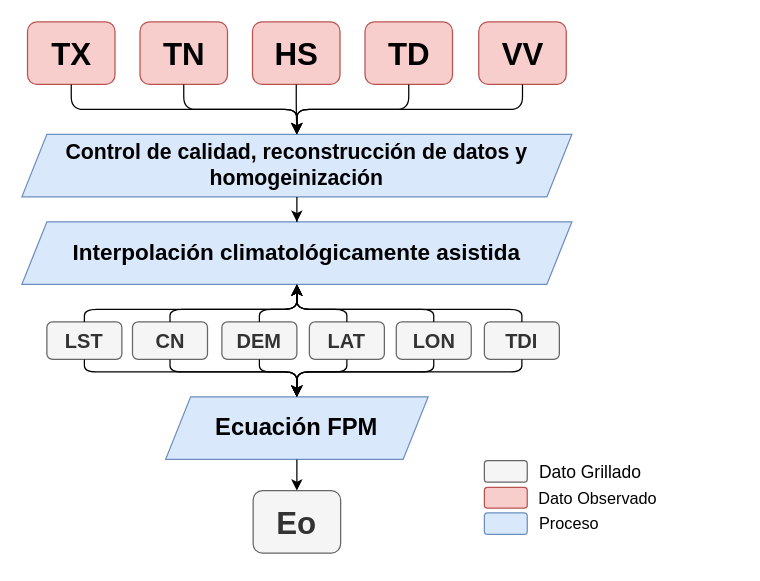
This is Eo_diagram_FT_v2.drawio from adrHuerta/diagrams, a draw.io file, before an edit. Source tidied: cells renumbered, new cells numbered last; positions are measured from the earlier drawing's top-left corner, leaving out a move shared by most shapes. Both pictures are drawn from the tidied source at 125%, with x=0, y=0 at pixel (21, 21).
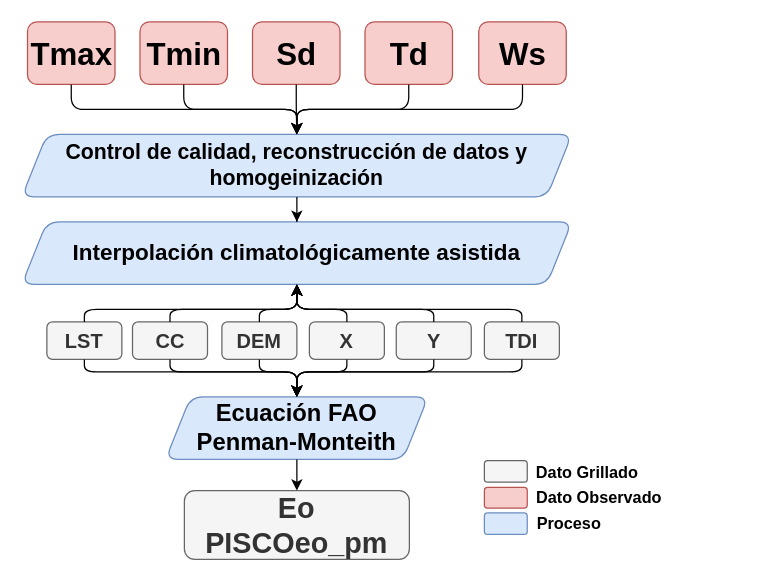
The same diagram, later.

Commit message:
paper FT PISCOeo_pm v1.0

The change refers to these unchanged cells:
```xml
<mxCell id="28" value="&lt;font style=&quot;font-size: 16px&quot;&gt;LST&lt;/font&gt;" style="rounded=1;whiteSpace=wrap;html=1;fontSize=16;fontStyle=1;fillColor=#f5f5f5;strokeColor=#666666;fontColor=#333333;" parent="27" vertex="1">
  <mxGeometry width="60" height="30" as="geometry" />
</mxCell>
<mxCell id="30" value="&lt;font style=&quot;font-size: 16px&quot;&gt;DEM&lt;/font&gt;" style="rounded=1;whiteSpace=wrap;html=1;fontSize=16;fontStyle=1;fillColor=#f5f5f5;strokeColor=#666666;fontColor=#333333;" parent="27" vertex="1">
  <mxGeometry x="140" width="60" height="30" as="geometry" />
</mxCell>
<mxCell id="33" value="&lt;span style=&quot;font-size: 16px&quot;&gt;TDI&lt;/span&gt;" style="rounded=1;whiteSpace=wrap;html=1;fontSize=16;fontStyle=1;fillColor=#f5f5f5;strokeColor=#666666;fontColor=#333333;" parent="27" vertex="1">
  <mxGeometry x="350" width="60" height="30" as="geometry" />
</mxCell>
```

What changed in the source:
```diff
@@
-    <mxCell id="2" style="group;" parent="1" vertex="1">
+    <mxCell id="2" style="group;fontStyle=1;" parent="1" vertex="1">
       <mxGeometry width="573.5" height="430.5" as="geometry" />
     </mxCell>
+    <mxCell id="19" style="group;fontSize=10;" parent="2" vertex="1">
+      <mxGeometry x="400" y="320" width="173.5" height="110.5" as="geometry" />
+    </mxCell>
+    <mxCell id="20" style="group;fontSize=9;" parent="19" vertex="1">
+      <mxGeometry x="-30" y="31" width="150" height="59" as="geometry" />
+    </mxCell>
+    <mxCell id="21" style="rounded=1;whiteSpace=wrap;html=1;fontSize=16;fontStyle=1;fillColor=#f8cecc;strokeColor=#b85450;" parent="20" vertex="1">
+      <mxGeometry y="21.3" width="34.3" height="16.7" as="geometry" />
+    </mxCell>
+    <mxCell id="22" style="rounded=1;whiteSpace=wrap;html=1;fontSize=16;fontStyle=1;fillColor=#dae8fc;strokeColor=#6c8ebf;" parent="20" vertex="1">
+      <mxGeometry y="41.8" width="34.3" height="17.2" as="geometry" />
+    </mxCell>
+    <mxCell id="23" value="&lt;b style=&quot;font-size: 13px;&quot;&gt;Dato Grillado&lt;/b&gt;" style="text;html=1;strokeColor=none;fillColor=none;align=center;verticalAlign=middle;whiteSpace=wrap;rounded=0;fontSize=13;" parent="20" vertex="1">
+      <mxGeometry x="25" y="1" width="115" height="16.7" as="geometry" />
+    </mxCell>
+    <mxCell id="24" value="Dato Observado" style="text;html=1;strokeColor=none;fillColor=none;align=center;verticalAlign=middle;whiteSpace=wrap;rounded=0;fontSize=13;fontStyle=1;" parent="20" vertex="1">
+      <mxGeometry x="36.6" y="21" width="110" height="16.7" as="geometry" />
+    </mxCell>
+    <mxCell id="25" value="Proceso&amp;nbsp; &amp;nbsp; &amp;nbsp; &amp;nbsp; &amp;nbsp; &amp;nbsp; &amp;nbsp;" style="text;html=1;strokeColor=none;fillColor=none;align=center;verticalAlign=middle;whiteSpace=wrap;rounded=0;fontSize=13;fontStyle=1;" parent="20" vertex="1">
+      <mxGeometry x="41" y="41.8" width="101.3" height="16.7" as="geometry" />
+    </mxCell>
+    <mxCell id="26" style="rounded=1;whiteSpace=wrap;html=1;fontSize=16;fontStyle=1;fillColor=#f5f5f5;strokeColor=#666666;fontColor=#333333;" parent="20" vertex="1">
+      <mxGeometry width="34.3" height="17.2" as="geometry" />
+    </mxCell>
+    <mxCell id="46" style="group;" parent="2" vertex="1">
+      <mxGeometry width="440" height="430" as="geometry" />
+    </mxCell>
-    <mxCell id="3" value="&lt;font style=&quot;font-size: 25px&quot;&gt;TX&lt;/font&gt;" style="rounded=1;whiteSpace=wrap;html=1;fontSize=17;fontStyle=1;fillColor=#f8cecc;strokeColor=#b85450;" parent="2" vertex="1">
+    <mxCell id="3" value="&lt;font style=&quot;font-size: 25px&quot;&gt;Tmax&lt;/font&gt;" style="rounded=1;whiteSpace=wrap;html=1;fontSize=17;fontStyle=1;fillColor=#f8cecc;strokeColor=#b85450;" parent="46" vertex="1">
       <mxGeometry x="4.5" width="70" height="50" as="geometry" />
     </mxCell>
-    <mxCell id="4" value="&lt;font style=&quot;font-size: 25px&quot;&gt;TN&lt;/font&gt;" style="rounded=1;whiteSpace=wrap;html=1;fontSize=17;fontStyle=1;fillColor=#f8cecc;strokeColor=#b85450;" parent="2" vertex="1">
+    <mxCell id="4" value="&lt;font style=&quot;font-size: 25px&quot;&gt;Tmin&lt;/font&gt;" style="rounded=1;whiteSpace=wrap;html=1;fontSize=17;fontStyle=1;fillColor=#f8cecc;strokeColor=#b85450;" parent="46" vertex="1">
       <mxGeometry x="94.5" width="70" height="50" as="geometry" />
     </mxCell>
-    <mxCell id="5" value="&lt;font style=&quot;font-size: 25px&quot;&gt;HS&lt;/font&gt;" style="rounded=1;whiteSpace=wrap;html=1;fontSize=17;fontStyle=1;fillColor=#f8cecc;strokeColor=#b85450;" parent="2" vertex="1">
+    <mxCell id="5" value="&lt;font style=&quot;font-size: 25px&quot;&gt;Sd&lt;/font&gt;" style="rounded=1;whiteSpace=wrap;html=1;fontSize=17;fontStyle=1;fillColor=#f8cecc;strokeColor=#b85450;" parent="46" vertex="1">
       <mxGeometry x="184.5" width="70" height="50" as="geometry" />
     </mxCell>
-    <mxCell id="6" value="&lt;font style=&quot;font-size: 25px&quot;&gt;TD&lt;/font&gt;" style="rounded=1;whiteSpace=wrap;html=1;fontSize=17;fontStyle=1;fillColor=#f8cecc;strokeColor=#b85450;" parent="2" vertex="1">
+    <mxCell id="6" value="&lt;font style=&quot;font-size: 25px&quot;&gt;Td&lt;/font&gt;" style="rounded=1;whiteSpace=wrap;html=1;fontSize=17;fontStyle=1;fillColor=#f8cecc;strokeColor=#b85450;" parent="46" vertex="1">
       <mxGeometry x="274.5" width="70" height="50" as="geometry" />
     </mxCell>
-    <mxCell id="7" value="&lt;font style=&quot;font-size: 25px&quot;&gt;VV&lt;/font&gt;" style="rounded=1;whiteSpace=wrap;html=1;fontSize=17;fontStyle=1;fillColor=#f8cecc;strokeColor=#b85450;" parent="2" vertex="1">
+    <mxCell id="7" value="&lt;font style=&quot;font-size: 25px&quot;&gt;Ws&lt;/font&gt;" style="rounded=1;whiteSpace=wrap;html=1;fontSize=17;fontStyle=1;fillColor=#f8cecc;strokeColor=#b85450;" parent="46" vertex="1">
       <mxGeometry x="365.5" width="70" height="50" as="geometry" />
     </mxCell>
-    <mxCell id="8" value="Control de calidad, reconstrucción de datos y homogeinización" style="shape=parallelogram;perimeter=parallelogramPerimeter;whiteSpace=wrap;html=1;fixedSize=1;fontSize=17;fontStyle=1;fillColor=#dae8fc;strokeColor=#6c8ebf;" parent="2" vertex="1">
+    <mxCell id="8" value="Control de calidad, reconstrucción de datos y homogeinización" style="shape=parallelogram;perimeter=parallelogramPerimeter;whiteSpace=wrap;html=1;fixedSize=1;fontSize=17;fontStyle=1;fillColor=#dae8fc;strokeColor=#6c8ebf;rounded=1;" parent="46" vertex="1">
       <mxGeometry y="90" width="440" height="50" as="geometry" />
     </mxCell>
-    <mxCell id="9" style="edgeStyle=orthogonalEdgeStyle;rounded=1;jettySize=auto;html=1;entryX=0.5;entryY=0;entryDx=0;entryDy=0;fontSize=16;startArrow=none;startFill=0;" parent="2" edge="1" source="3" target="8">
+    <mxCell id="9" style="edgeStyle=orthogonalEdgeStyle;rounded=1;jettySize=auto;html=1;entryX=0.5;entryY=0;entryDx=0;entryDy=0;fontSize=16;startArrow=none;startFill=0;" parent="46" edge="1" source="3" target="8">
       <mxGeometry relative="1" as="geometry" />
     </mxCell>
-    <mxCell id="10" style="edgeStyle=orthogonalEdgeStyle;rounded=1;jettySize=auto;html=1;entryX=0.5;entryY=0;entryDx=0;entryDy=0;fontSize=16;startArrow=none;startFill=0;" parent="2" edge="1" source="4" target="8">
+    <mxCell id="10" style="edgeStyle=orthogonalEdgeStyle;rounded=1;jettySize=auto;html=1;entryX=0.5;entryY=0;entryDx=0;entryDy=0;fontSize=16;startArrow=none;startFill=0;" parent="46" edge="1" source="4" target="8">
       <mxGeometry relative="1" as="geometry" />
     </mxCell>
-    <mxCell id="11" style="edgeStyle=orthogonalEdgeStyle;rounded=1;jettySize=auto;html=1;entryX=0.5;entryY=0;entryDx=0;entryDy=0;fontSize=16;startArrow=none;startFill=0;" parent="2" edge="1" source="5" target="8">
+    <mxCell id="11" style="edgeStyle=orthogonalEdgeStyle;rounded=1;jettySize=auto;html=1;entryX=0.5;entryY=0;entryDx=0;entryDy=0;fontSize=16;startArrow=none;startFill=0;" parent="46" edge="1" source="5" target="8">
       <mxGeometry relative="1" as="geometry" />
     </mxCell>
-    <mxCell id="12" style="edgeStyle=orthogonalEdgeStyle;rounded=1;jettySize=auto;html=1;entryX=0.5;entryY=0;entryDx=0;entryDy=0;fontSize=16;startArrow=none;startFill=0;" parent="2" edge="1" source="6" target="8">
+    <mxCell id="12" style="edgeStyle=orthogonalEdgeStyle;rounded=1;jettySize=auto;html=1;entryX=0.5;entryY=0;entryDx=0;entryDy=0;fontSize=16;startArrow=none;startFill=0;" parent="46" edge="1" source="6" target="8">
       <mxGeometry relative="1" as="geometry" />
     </mxCell>
-    <mxCell id="13" style="edgeStyle=orthogonalEdgeStyle;rounded=1;jettySize=auto;html=1;entryX=0.5;entryY=0;entryDx=0;entryDy=0;" parent="2" edge="1" source="7" target="8">
+    <mxCell id="13" style="edgeStyle=orthogonalEdgeStyle;rounded=1;jettySize=auto;html=1;entryX=0.5;entryY=0;entryDx=0;entryDy=0;" parent="46" edge="1" source="7" target="8">
       <mxGeometry relative="1" as="geometry" />
     </mxCell>
-    <mxCell id="14" value="Interpolación climatológicamente asistida" style="shape=parallelogram;perimeter=parallelogramPerimeter;whiteSpace=wrap;html=1;fixedSize=1;fontSize=18;fontStyle=1;fillColor=#dae8fc;strokeColor=#6c8ebf;" parent="2" vertex="1">
+    <mxCell id="14" value="Interpolación climatológicamente asistida" style="shape=parallelogram;perimeter=parallelogramPerimeter;whiteSpace=wrap;html=1;fixedSize=1;fontSize=18;fontStyle=1;fillColor=#dae8fc;strokeColor=#6c8ebf;rounded=1;" parent="46" vertex="1">
       <mxGeometry y="160" width="440" height="50" as="geometry" />
     </mxCell>
-    <mxCell id="15" style="edgeStyle=orthogonalEdgeStyle;rounded=0;jettySize=auto;html=1;entryX=0.5;entryY=0;entryDx=0;entryDy=0;fontSize=17;startArrow=none;startFill=0;" parent="2" edge="1" source="8" target="14">
+    <mxCell id="15" style="edgeStyle=orthogonalEdgeStyle;rounded=0;jettySize=auto;html=1;entryX=0.5;entryY=0;entryDx=0;entryDy=0;fontSize=17;startArrow=none;startFill=0;" parent="46" edge="1" source="8" target="14">
       <mxGeometry relative="1" as="geometry" />
     </mxCell>
-    <mxCell id="16" value="Ecuación FPM" style="shape=parallelogram;perimeter=parallelogramPerimeter;whiteSpace=wrap;html=1;fixedSize=1;fontSize=19;fontStyle=1;fillColor=#dae8fc;strokeColor=#6c8ebf;" parent="2" vertex="1">
+    <mxCell id="16" value="Ecuación FAO Penman-Monteith" style="shape=parallelogram;perimeter=parallelogramPerimeter;whiteSpace=wrap;html=1;fixedSize=1;fontSize=19;fontStyle=1;fillColor=#dae8fc;strokeColor=#6c8ebf;rounded=1;" parent="46" vertex="1">
       <mxGeometry x="115" y="300" width="210" height="50" as="geometry" />
     </mxCell>
-    <mxCell id="17" value="&lt;font style=&quot;font-size: 25px&quot;&gt;Eo&lt;/font&gt;" style="rounded=1;whiteSpace=wrap;html=1;fontSize=17;fontStyle=1;fillColor=#f5f5f5;strokeColor=#666666;fontColor=#333333;" parent="2" vertex="1">
-      <mxGeometry x="185" y="375" width="70" height="50" as="geometry" />
+    <mxCell id="17" value="&lt;font style=&quot;font-size: 23px&quot;&gt;&lt;font style=&quot;font-size: 23px&quot;&gt;&lt;font style=&quot;font-size: 23px&quot;&gt;Eo&lt;/font&gt;&lt;br&gt;&lt;/font&gt;&lt;font style=&quot;font-size: 23px&quot;&gt;PISCOeo_pm&lt;/font&gt;&lt;/font&gt;" style="rounded=1;whiteSpace=wrap;html=1;fontSize=16;fontStyle=1;fillColor=#f5f5f5;strokeColor=#666666;fontColor=#333333;" parent="46" vertex="1">
+      <mxGeometry x="130" y="375" width="180" height="55" as="geometry" />
     </mxCell>
-    <mxCell id="18" style="edgeStyle=orthogonalEdgeStyle;rounded=0;jettySize=auto;html=1;entryX=0.5;entryY=0;entryDx=0;entryDy=0;fontSize=16;startArrow=none;startFill=0;" parent="2" edge="1" source="16" target="17">
+    <mxCell id="18" style="edgeStyle=orthogonalEdgeStyle;rounded=0;jettySize=auto;html=1;entryX=0.5;entryY=0;entryDx=0;entryDy=0;fontSize=16;startArrow=none;startFill=0;" parent="46" edge="1" source="16" target="17">
       <mxGeometry relative="1" as="geometry" />
     </mxCell>
-    <mxCell id="19" style="group;fontSize=10;" parent="2" vertex="1">
-      <mxGeometry x="400" y="320" width="173.5" height="110.5" as="geometry" />
-    </mxCell>
-    <mxCell id="20" style="group;fontSize=9;" parent="19" vertex="1">
-      <mxGeometry x="-30" y="31" width="142.3" height="59" as="geometry" />
-    </mxCell>
-    <mxCell id="21" style="rounded=1;whiteSpace=wrap;html=1;fontSize=16;fontStyle=1;fillColor=#f8cecc;strokeColor=#b85450;" parent="20" vertex="1">
-      <mxGeometry y="21.3" width="34.3" height="16.7" as="geometry" />
-    </mxCell>
-    <mxCell id="22" style="rounded=1;whiteSpace=wrap;html=1;fontSize=16;fontStyle=1;fillColor=#dae8fc;strokeColor=#6c8ebf;" parent="20" vertex="1">
-      <mxGeometry y="41.8" width="34.3" height="17.2" as="geometry" />
-    </mxCell>
-    <mxCell id="23" value="Dato Grillado" style="text;html=1;strokeColor=none;fillColor=none;align=center;verticalAlign=middle;whiteSpace=wrap;rounded=0;fontSize=14;" parent="20" vertex="1">
-      <mxGeometry x="43" y="0.4" width="83.7" height="16.7" as="geometry" />
-    </mxCell>
-    <mxCell id="24" value="Dato Observado" style="text;html=1;strokeColor=none;fillColor=none;align=center;verticalAlign=middle;whiteSpace=wrap;rounded=0;fontSize=13;" parent="20" vertex="1">
-      <mxGeometry x="41" y="21.3" width="100.4" height="16.7" as="geometry" />
-    </mxCell>
-    <mxCell id="25" value="Proceso&amp;nbsp; &amp;nbsp; &amp;nbsp; &amp;nbsp; &amp;nbsp; &amp;nbsp; &amp;nbsp;" style="text;html=1;strokeColor=none;fillColor=none;align=center;verticalAlign=middle;whiteSpace=wrap;rounded=0;fontSize=13;" parent="20" vertex="1">
-      <mxGeometry x="41" y="41.8" width="101.3" height="16.7" as="geometry" />
-    </mxCell>
-    <mxCell id="26" style="rounded=1;whiteSpace=wrap;html=1;fontSize=16;fontStyle=1;fillColor=#f5f5f5;strokeColor=#666666;fontColor=#333333;" parent="20" vertex="1">
-      <mxGeometry width="34.3" height="17.2" as="geometry" />
-    </mxCell>
-    <mxCell id="27" style="group;" parent="2" vertex="1">
+    <mxCell id="27" style="group;" parent="46" vertex="1">
       <mxGeometry x="20" y="240" width="410" height="30" as="geometry" />
     </mxCell>
@@
-    <mxCell id="29" value="&lt;font style=&quot;font-size: 16px;&quot;&gt;CN&lt;/font&gt;" style="rounded=1;whiteSpace=wrap;html=1;fontSize=16;fontStyle=1;fillColor=#f5f5f5;strokeColor=#666666;fontColor=#333333;" parent="27" vertex="1">
+    <mxCell id="29" value="&lt;font style=&quot;font-size: 16px&quot;&gt;CC&lt;/font&gt;" style="rounded=1;whiteSpace=wrap;html=1;fontSize=16;fontStyle=1;fillColor=#f5f5f5;strokeColor=#666666;fontColor=#333333;" parent="27" vertex="1">
       <mxGeometry x="68.5" width="60" height="30" as="geometry" />
     </mxCell>
@@
-    <mxCell id="31" value="&lt;font style=&quot;font-size: 16px;&quot;&gt;LAT&lt;/font&gt;" style="rounded=1;whiteSpace=wrap;html=1;fontSize=16;fontStyle=1;fillColor=#f5f5f5;strokeColor=#666666;fontColor=#333333;" parent="27" vertex="1">
+    <mxCell id="31" value="&lt;font style=&quot;font-size: 16px&quot;&gt;X&lt;/font&gt;" style="rounded=1;whiteSpace=wrap;html=1;fontSize=16;fontStyle=1;fillColor=#f5f5f5;strokeColor=#666666;fontColor=#333333;" parent="27" vertex="1">
       <mxGeometry x="210" width="60" height="30" as="geometry" />
     </mxCell>
-    <mxCell id="32" value="&lt;span style=&quot;font-size: 16px;&quot;&gt;LON&lt;/span&gt;" style="rounded=1;whiteSpace=wrap;html=1;fontSize=16;fontStyle=1;fillColor=#f5f5f5;strokeColor=#666666;fontColor=#333333;" parent="27" vertex="1">
+    <mxCell id="32" value="&lt;span style=&quot;font-size: 16px&quot;&gt;Y&lt;/span&gt;" style="rounded=1;whiteSpace=wrap;html=1;fontSize=16;fontStyle=1;fillColor=#f5f5f5;strokeColor=#666666;fontColor=#333333;" parent="27" vertex="1">
       <mxGeometry x="279.5" width="60" height="30" as="geometry" />
     </mxCell>
@@
-    <mxCell id="34" style="edgeStyle=orthogonalEdgeStyle;rounded=1;jettySize=auto;html=1;entryX=0.5;entryY=1;entryDx=0;entryDy=0;" parent="2" edge="1" source="28" target="14">
+    <mxCell id="34" style="edgeStyle=orthogonalEdgeStyle;rounded=1;jettySize=auto;html=1;entryX=0.5;entryY=1;entryDx=0;entryDy=0;" parent="46" edge="1" source="28" target="14">
       <mxGeometry relative="1" as="geometry">
         <Array as="points">
           <mxPoint x="50" y="230" />
           <mxPoint x="220" y="230" />
         </Array>
       </mxGeometry>
     </mxCell>
-    <mxCell id="35" style="edgeStyle=orthogonalEdgeStyle;rounded=1;jettySize=auto;html=1;" parent="2" edge="1" source="29">
+    <mxCell id="35" style="edgeStyle=orthogonalEdgeStyle;rounded=1;jettySize=auto;html=1;" parent="46" edge="1" source="29">
       <mxGeometry relative="1" as="geometry">
         <mxPoint x="220" y="210" as="targetPoint" />
         <Array as="points">
           <mxPoint x="119" y="230" />
           <mxPoint x="220" y="230" />
         </Array>
       </mxGeometry>
     </mxCell>
-    <mxCell id="36" style="edgeStyle=orthogonalEdgeStyle;rounded=1;jettySize=auto;html=1;entryX=0.5;entryY=1;entryDx=0;entryDy=0;" parent="2" edge="1" source="30" target="14">
+    <mxCell id="36" style="edgeStyle=orthogonalEdgeStyle;rounded=1;jettySize=auto;html=1;entryX=0.5;entryY=1;entryDx=0;entryDy=0;" parent="46" edge="1" source="30" target="14">
       <mxGeometry relative="1" as="geometry">
         <Array as="points">
           <mxPoint x="190" y="230" />
           <mxPoint x="220" y="230" />
         </Array>
       </mxGeometry>
     </mxCell>
-    <mxCell id="37" style="edgeStyle=orthogonalEdgeStyle;rounded=1;jettySize=auto;html=1;entryX=0.5;entryY=1;entryDx=0;entryDy=0;" parent="2" edge="1" source="31" target="14">
+    <mxCell id="37" style="edgeStyle=orthogonalEdgeStyle;rounded=1;jettySize=auto;html=1;entryX=0.5;entryY=1;entryDx=0;entryDy=0;" parent="46" edge="1" source="31" target="14">
       <mxGeometry relative="1" as="geometry">
         <Array as="points">
           <mxPoint x="260" y="230" />
           <mxPoint x="220" y="230" />
         </Array>
       </mxGeometry>
     </mxCell>
-    <mxCell id="38" style="edgeStyle=orthogonalEdgeStyle;rounded=1;jettySize=auto;html=1;entryX=0.5;entryY=1;entryDx=0;entryDy=0;" parent="2" edge="1" source="32" target="14">
+    <mxCell id="38" style="edgeStyle=orthogonalEdgeStyle;rounded=1;jettySize=auto;html=1;entryX=0.5;entryY=1;entryDx=0;entryDy=0;" parent="46" edge="1" source="32" target="14">
       <mxGeometry relative="1" as="geometry">
         <Array as="points">
           <mxPoint x="330" y="230" />
           <mxPoint x="220" y="230" />
         </Array>
       </mxGeometry>
     </mxCell>
-    <mxCell id="39" style="edgeStyle=orthogonalEdgeStyle;rounded=1;jettySize=auto;html=1;entryX=0.5;entryY=1;entryDx=0;entryDy=0;" parent="2" edge="1" source="33" target="14">
+    <mxCell id="39" style="edgeStyle=orthogonalEdgeStyle;rounded=1;jettySize=auto;html=1;entryX=0.5;entryY=1;entryDx=0;entryDy=0;" parent="46" edge="1" source="33" target="14">
       <mxGeometry relative="1" as="geometry">
         <Array as="points">
           <mxPoint x="400" y="230" />
           <mxPoint x="220" y="230" />
         </Array>
       </mxGeometry>
     </mxCell>
-    <mxCell id="40" style="edgeStyle=orthogonalEdgeStyle;rounded=1;jettySize=auto;html=1;" parent="2" edge="1" source="28" target="16">
+    <mxCell id="40" style="edgeStyle=orthogonalEdgeStyle;rounded=1;jettySize=auto;html=1;" parent="46" edge="1" source="28" target="16">
       <mxGeometry relative="1" as="geometry">
         <Array as="points">
           <mxPoint x="50" y="280" />
           <mxPoint x="220" y="280" />
         </Array>
       </mxGeometry>
     </mxCell>
-    <mxCell id="41" style="edgeStyle=orthogonalEdgeStyle;rounded=1;jettySize=auto;html=1;entryX=0.5;entryY=0;entryDx=0;entryDy=0;" parent="2" edge="1" source="29" target="16">
+    <mxCell id="41" style="edgeStyle=orthogonalEdgeStyle;rounded=1;jettySize=auto;html=1;entryX=0.5;entryY=0;entryDx=0;entryDy=0;" parent="46" edge="1" source="29" target="16">
       <mxGeometry relative="1" as="geometry">
         <Array as="points">
           <mxPoint x="119" y="280" />
           <mxPoint x="220" y="280" />
         </Array>
       </mxGeometry>
     </mxCell>
-    <mxCell id="42" style="edgeStyle=orthogonalEdgeStyle;rounded=1;jettySize=auto;html=1;entryX=0.5;entryY=0;entryDx=0;entryDy=0;" parent="2" edge="1" source="30" target="16">
+    <mxCell id="42" style="edgeStyle=orthogonalEdgeStyle;rounded=1;jettySize=auto;html=1;entryX=0.5;entryY=0;entryDx=0;entryDy=0;" parent="46" edge="1" source="30" target="16">
       <mxGeometry relative="1" as="geometry">
         <Array as="points">
           <mxPoint x="190" y="280" />
           <mxPoint x="220" y="280" />
         </Array>
       </mxGeometry>
     </mxCell>
-    <mxCell id="43" style="edgeStyle=orthogonalEdgeStyle;rounded=1;jettySize=auto;html=1;entryX=0.5;entryY=0;entryDx=0;entryDy=0;" parent="2" edge="1" source="31" target="16">
+    <mxCell id="43" style="edgeStyle=orthogonalEdgeStyle;rounded=1;jettySize=auto;html=1;entryX=0.5;entryY=0;entryDx=0;entryDy=0;" parent="46" edge="1" source="31" target="16">
       <mxGeometry relative="1" as="geometry">
         <Array as="points">
           <mxPoint x="260" y="280" />
           <mxPoint x="220" y="280" />
         </Array>
       </mxGeometry>
     </mxCell>
-    <mxCell id="44" style="edgeStyle=orthogonalEdgeStyle;rounded=1;jettySize=auto;html=1;" parent="2" edge="1" source="32">
+    <mxCell id="44" style="edgeStyle=orthogonalEdgeStyle;rounded=1;jettySize=auto;html=1;" parent="46" edge="1" source="32">
       <mxGeometry relative="1" as="geometry">
         <mxPoint x="220" y="300" as="targetPoint" />
         <Array as="points">
           <mxPoint x="330" y="280" />
           <mxPoint x="220" y="280" />
         </Array>
       </mxGeometry>
     </mxCell>
-    <mxCell id="45" style="edgeStyle=orthogonalEdgeStyle;rounded=1;jettySize=auto;html=1;entryX=0.5;entryY=0;entryDx=0;entryDy=0;" parent="2" edge="1" source="33" target="16">
+    <mxCell id="45" style="edgeStyle=orthogonalEdgeStyle;rounded=1;jettySize=auto;html=1;entryX=0.5;entryY=0;entryDx=0;entryDy=0;" parent="46" edge="1" source="33" target="16">
       <mxGeometry relative="1" as="geometry">
         <Array as="points">
           <mxPoint x="400" y="280" />
           <mxPoint x="220" y="280" />
         </Array>
       </mxGeometry>
     </mxCell>
```
